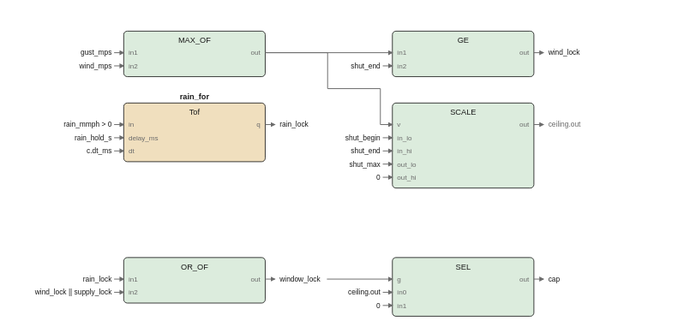
pstch/botanik2 keeps this draw.io diagram as images/logic/roof_lockout_fbd.drawio.svg. Above is the earlier version. Source tidied: cells renumbered, new cells last; positions are measured from the earlier drawing's top-left corner, leaving out a move shared by most shapes.
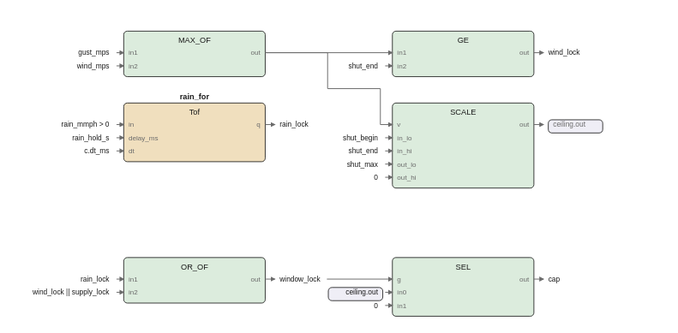
After the change.

Change to the diagram source:
```diff
@@ -110,200 +110,179 @@
     <mxCell id="37" value="out" style="text;html=1;whiteSpace=nowrap;fontSize=6;fontColor=#6b6b6b;align=right;verticalAlign=middle;" parent="1" vertex="1">
       <mxGeometry x="411" y="202.7" width="20" height="9.8" as="geometry" />
     </mxCell>
-    <mxCell id="38" style="edgeStyle=none;html=1;strokeColor=#6b6b6b;endArrow=block;" parent="1" edge="1">
+    <mxCell id="38" style="edgeStyle=none;html=1;strokeColor=#6b6b6b;endArrow=block;exitX=1;exitY=0.3673;exitDx=0;exitDy=0;" parent="1" edge="1" source="7">
       <mxGeometry relative="1" as="geometry">
-        <mxPoint x="211" y="78" as="sourcePoint" />
         <mxPoint x="219" y="78" as="targetPoint" />
       </mxGeometry>
     </mxCell>
     <mxCell id="39" value="rain_lock" style="text;html=1;whiteSpace=nowrap;fontSize=6;fontColor=#1a1a1a;align=left;verticalAlign=middle;" parent="1" vertex="1">
       <mxGeometry x="223" y="73.5" width="33.7" height="10" as="geometry" />
     </mxCell>
-    <mxCell id="40" style="edgeStyle=none;html=1;strokeColor=#6b6b6b;endArrow=block;" parent="1" edge="1">
+    <mxCell id="40" style="edgeStyle=none;html=1;strokeColor=#6b6b6b;endArrow=block;exitX=1;exitY=0.4737;exitDx=0;exitDy=0;" parent="1" edge="1" source="14">
       <mxGeometry relative="1" as="geometry">
-        <mxPoint x="435" y="18" as="sourcePoint" />
         <mxPoint x="443" y="18" as="targetPoint" />
       </mxGeometry>
     </mxCell>
     <mxCell id="41" value="wind_lock" style="text;html=1;whiteSpace=nowrap;fontSize=6;fontColor=#1a1a1a;align=left;verticalAlign=middle;" parent="1" vertex="1">
       <mxGeometry x="447" y="13.5" width="33.7" height="10" as="geometry" />
     </mxCell>
-    <mxCell id="42" style="edgeStyle=none;html=1;strokeColor=#6b6b6b;endArrow=block;" parent="1" edge="1">
+    <mxCell id="42" style="edgeStyle=none;html=1;strokeColor=#6b6b6b;endArrow=block;exitX=1;exitY=0.4737;exitDx=0;exitDy=0;" parent="1" edge="1" source="27">
       <mxGeometry relative="1" as="geometry">
-        <mxPoint x="211" y="207" as="sourcePoint" />
         <mxPoint x="219" y="207" as="targetPoint" />
       </mxGeometry>
     </mxCell>
     <mxCell id="43" value="window_lock" style="text;html=1;whiteSpace=nowrap;fontSize=6;fontColor=#1a1a1a;align=left;verticalAlign=middle;" parent="1" vertex="1">
       <mxGeometry x="223" y="202.5" width="40.3" height="10" as="geometry" />
     </mxCell>
-    <mxCell id="44" style="edgeStyle=none;html=1;strokeColor=#6b6b6b;endArrow=block;" parent="1" edge="1">
+    <mxCell id="44" style="edgeStyle=none;html=1;strokeColor=#6b6b6b;endArrow=block;exitX=1;exitY=0.3673;exitDx=0;exitDy=0;" parent="1" edge="1" source="32">
       <mxGeometry relative="1" as="geometry">
-        <mxPoint x="435" y="207" as="sourcePoint" />
         <mxPoint x="443" y="207" as="targetPoint" />
       </mxGeometry>
     </mxCell>
     <mxCell id="45" value="cap" style="text;html=1;whiteSpace=nowrap;fontSize=6;fontColor=#1a1a1a;align=left;verticalAlign=middle;" parent="1" vertex="1">
       <mxGeometry x="447" y="202.5" width="20" height="10" as="geometry" />
     </mxCell>
-    <mxCell id="46" style="edgeStyle=none;html=1;strokeColor=#6b6b6b;endArrow=block;" parent="1" edge="1">
+    <mxCell id="46" style="edgeStyle=none;html=1;strokeColor=#6b6b6b;endArrow=block;exitX=1;exitY=0.2535;exitDx=0;exitDy=0;" parent="1" edge="1" source="19">
       <mxGeometry relative="1" as="geometry">
-        <mxPoint x="435" y="78" as="sourcePoint" />
         <mxPoint x="443" y="78" as="targetPoint" />
       </mxGeometry>
     </mxCell>
-    <mxCell id="47" value="ceiling.out" style="text;html=1;whiteSpace=nowrap;fontSize=6;fontColor=#6b6b6b;align=left;verticalAlign=middle;" parent="1" vertex="1">
-      <mxGeometry x="447" y="73.5" width="40.3" height="10" as="geometry" />
+    <mxCell id="47" style="rounded=1;fillColor=#efeef6;strokeColor=#1a1a1a;whiteSpace=wrap;html=1;fontSize=8;" parent="1" vertex="1">
+      <mxGeometry x="447" y="74" width="45.4" height="11" as="geometry" />
     </mxCell>
-    <mxCell id="48" style="edgeStyle=none;html=1;strokeColor=#6b6b6b;endArrow=block;" parent="1" edge="1">
-      <mxGeometry relative="1" as="geometry">
-        <mxPoint x="211" y="18" as="sourcePoint" />
-        <mxPoint x="317" y="18" as="targetPoint" />
-      </mxGeometry>
-    </mxCell>
+    <mxCell id="75" value="ceiling.out" style="text;html=1;whiteSpace=nowrap;fontSize=6;fontColor=#6b6b6b;align=left;verticalAlign=middle;" parent="1" vertex="1">
+      <mxGeometry x="451" y="73.5" width="40.3" height="10" as="geometry" />
+    </mxCell>
-    <mxCell id="49" style="edgeStyle=none;html=1;strokeColor=#6b6b6b;endArrow=block;" parent="1" edge="1">
-      <mxGeometry relative="1" as="geometry">
-        <mxPoint x="211" y="18" as="sourcePoint" />
-        <mxPoint x="317" y="78" as="targetPoint" />
-        <Array as="points">
-          <mxPoint x="263" y="18" />
-          <mxPoint x="263" y="48" />
-          <mxPoint x="307" y="48" />
-          <mxPoint x="307" y="78" />
-        </Array>
-      </mxGeometry>
+    <mxCell id="49" style="edgeStyle=none;html=1;strokeColor=#6b6b6b;endArrow=block;exitX=1;exitY=0.4737;exitDx=0;exitDy=0;entryX=0;entryY=0.4737;entryDx=0;entryDy=0;" parent="1" edge="1" source="2" target="14">
+      <mxGeometry relative="1" as="geometry" />
     </mxCell>
-    <mxCell id="50" style="edgeStyle=none;html=1;strokeColor=#6b6b6b;endArrow=block;" parent="1" edge="1">
+    <mxCell id="50" style="edgeStyle=none;html=1;strokeColor=#6b6b6b;endArrow=block;exitX=1;exitY=0.4737;exitDx=0;exitDy=0;entryX=0;entryY=0.2535;entryDx=0;entryDy=0;" parent="1" edge="1" source="2" target="19">
       <mxGeometry relative="1" as="geometry">
-        <mxPoint x="262.4" y="207" as="sourcePoint" />
-        <mxPoint x="317" y="207" as="targetPoint" />
+        <Array as="points">
+          <mxPoint x="263" y="18" />
+          <mxPoint x="263" y="48" />
+          <mxPoint x="307" y="48" />
+          <mxPoint x="307" y="78" />
+        </Array>
       </mxGeometry>
     </mxCell>
+    <mxCell id="79" style="edgeStyle=none;html=1;strokeColor=#6b6b6b;endArrow=block;exitX=1;exitY=0.4737;exitDx=0;exitDy=0;entryX=0;entryY=0.3673;entryDx=0;entryDy=0;" parent="1" edge="1" source="27" target="32">
+      <mxGeometry relative="1" as="geometry" />
+    </mxCell>
     <mxCell id="51" value="gust_mps" style="text;html=1;whiteSpace=nowrap;fontSize=6;fontColor=#1a1a1a;align=right;verticalAlign=middle;" parent="1" vertex="1">
-      <mxGeometry x="52.6" y="13.5" width="30.4" height="10" as="geometry" />
+      <mxGeometry x="50.6" y="13.5" width="30.4" height="10" as="geometry" />
     </mxCell>
-    <mxCell id="52" style="edgeStyle=none;html=1;strokeColor=#6b6b6b;endArrow=block;" parent="1" edge="1">
-      <mxGeometry relative="1" as="geometry">
-        <mxPoint x="85" y="18" as="sourcePoint" />
-        <mxPoint x="93" y="18" as="targetPoint" />
-      </mxGeometry>
-    </mxCell>
+    <mxCell id="80" style="edgeStyle=none;html=1;strokeColor=#6b6b6b;endArrow=block;entryX=0;entryY=0.4737;entryDx=0;entryDy=0;" parent="1" edge="1" target="2">
+      <mxGeometry relative="1" as="geometry">
+        <mxPoint x="87" y="18" as="sourcePoint" />
+      </mxGeometry>
+    </mxCell>
     <mxCell id="53" value="wind_mps" style="text;html=1;whiteSpace=nowrap;fontSize=6;fontColor=#1a1a1a;align=right;verticalAlign=middle;" parent="1" vertex="1">
-      <mxGeometry x="52.6" y="24.5" width="30.4" height="10" as="geometry" />
+      <mxGeometry x="50.6" y="24.5" width="30.4" height="10" as="geometry" />
     </mxCell>
-    <mxCell id="54" style="edgeStyle=none;html=1;strokeColor=#6b6b6b;endArrow=block;" parent="1" edge="1">
-      <mxGeometry relative="1" as="geometry">
-        <mxPoint x="85" y="29" as="sourcePoint" />
-        <mxPoint x="93" y="29" as="targetPoint" />
-      </mxGeometry>
-    </mxCell>
+    <mxCell id="81" style="edgeStyle=none;html=1;strokeColor=#6b6b6b;endArrow=block;entryX=0;entryY=0.7632;entryDx=0;entryDy=0;" parent="1" edge="1" target="2">
+      <mxGeometry relative="1" as="geometry">
+        <mxPoint x="87" y="29" as="sourcePoint" />
+      </mxGeometry>
+    </mxCell>
     <mxCell id="55" value="rain_mmph &gt; 0" style="text;html=1;whiteSpace=nowrap;fontSize=6;fontColor=#1a1a1a;align=right;verticalAlign=middle;" parent="1" vertex="1">
-      <mxGeometry x="36.1" y="73.5" width="46.9" height="10" as="geometry" />
+      <mxGeometry x="34.1" y="73.5" width="46.9" height="10" as="geometry" />
     </mxCell>
-    <mxCell id="56" style="edgeStyle=none;html=1;strokeColor=#6b6b6b;endArrow=block;" parent="1" edge="1">
-      <mxGeometry relative="1" as="geometry">
-        <mxPoint x="85" y="78" as="sourcePoint" />
-        <mxPoint x="93" y="78" as="targetPoint" />
-      </mxGeometry>
-    </mxCell>
+    <mxCell id="82" style="edgeStyle=none;html=1;strokeColor=#6b6b6b;endArrow=block;entryX=0;entryY=0.3673;entryDx=0;entryDy=0;" parent="1" edge="1" target="7">
+      <mxGeometry relative="1" as="geometry">
+        <mxPoint x="87" y="78" as="sourcePoint" />
+      </mxGeometry>
+    </mxCell>
     <mxCell id="57" value="rain_hold_s" style="text;html=1;whiteSpace=nowrap;fontSize=6;fontColor=#1a1a1a;align=right;verticalAlign=middle;" parent="1" vertex="1">
-      <mxGeometry x="42.7" y="84.5" width="40.3" height="10" as="geometry" />
+      <mxGeometry x="40.7" y="84.5" width="40.3" height="10" as="geometry" />
     </mxCell>
-    <mxCell id="58" style="edgeStyle=none;html=1;strokeColor=#6b6b6b;endArrow=block;" parent="1" edge="1">
-      <mxGeometry relative="1" as="geometry">
-        <mxPoint x="85" y="89" as="sourcePoint" />
-        <mxPoint x="93" y="89" as="targetPoint" />
-      </mxGeometry>
-    </mxCell>
+    <mxCell id="83" style="edgeStyle=none;html=1;strokeColor=#6b6b6b;endArrow=block;entryX=0;entryY=0.5918;entryDx=0;entryDy=0;" parent="1" edge="1" target="7">
+      <mxGeometry relative="1" as="geometry">
+        <mxPoint x="87" y="89" as="sourcePoint" />
+      </mxGeometry>
+    </mxCell>
     <mxCell id="59" value="c.dt_ms" style="text;html=1;whiteSpace=nowrap;fontSize=6;fontColor=#1a1a1a;align=right;verticalAlign=middle;" parent="1" vertex="1">
-      <mxGeometry x="55.9" y="95.5" width="27.1" height="10" as="geometry" />
+      <mxGeometry x="53.9" y="95.5" width="27.1" height="10" as="geometry" />
     </mxCell>
-    <mxCell id="60" style="edgeStyle=none;html=1;strokeColor=#6b6b6b;endArrow=block;" parent="1" edge="1">
-      <mxGeometry relative="1" as="geometry">
-        <mxPoint x="85" y="100" as="sourcePoint" />
-        <mxPoint x="93" y="100" as="targetPoint" />
-      </mxGeometry>
-    </mxCell>
-    <mxCell id="61" value="shut_end" style="text;html=1;whiteSpace=nowrap;fontSize=6;fontColor=#1a1a1a;align=right;verticalAlign=middle;" parent="1" vertex="1">
-      <mxGeometry x="276.6" y="24.5" width="30.4" height="10" as="geometry" />
-    </mxCell>
-    <mxCell id="62" style="edgeStyle=none;html=1;strokeColor=#6b6b6b;endArrow=block;" parent="1" edge="1">
-      <mxGeometry relative="1" as="geometry">
-        <mxPoint x="309" y="29" as="sourcePoint" />
-        <mxPoint x="317" y="29" as="targetPoint" />
-      </mxGeometry>
-    </mxCell>
+    <mxCell id="84" style="edgeStyle=none;html=1;strokeColor=#6b6b6b;endArrow=block;entryX=0;entryY=0.8163;entryDx=0;entryDy=0;" parent="1" edge="1" target="7">
+      <mxGeometry relative="1" as="geometry">
+        <mxPoint x="87" y="100" as="sourcePoint" />
+      </mxGeometry>
+    </mxCell>
+    <mxCell id="85" value="shut_end" style="text;html=1;whiteSpace=nowrap;fontSize=6;fontColor=#1a1a1a;align=right;verticalAlign=middle;" parent="1" vertex="1">
+      <mxGeometry x="274.6" y="24.5" width="30.4" height="10" as="geometry" />
+    </mxCell>
+    <mxCell id="86" style="edgeStyle=none;html=1;strokeColor=#6b6b6b;endArrow=block;entryX=0;entryY=0.7632;entryDx=0;entryDy=0;" parent="1" edge="1" target="14">
+      <mxGeometry relative="1" as="geometry">
+        <mxPoint x="311" y="29" as="sourcePoint" />
+      </mxGeometry>
+    </mxCell>
     <mxCell id="63" value="rain_lock" style="text;html=1;whiteSpace=nowrap;fontSize=6;fontColor=#1a1a1a;align=right;verticalAlign=middle;" parent="1" vertex="1">
-      <mxGeometry x="49.3" y="202.5" width="33.7" height="10" as="geometry" />
+      <mxGeometry x="47.3" y="202.5" width="33.7" height="10" as="geometry" />
     </mxCell>
-    <mxCell id="64" style="edgeStyle=none;html=1;strokeColor=#6b6b6b;endArrow=block;" parent="1" edge="1">
-      <mxGeometry relative="1" as="geometry">
-        <mxPoint x="85" y="207" as="sourcePoint" />
-        <mxPoint x="93" y="207" as="targetPoint" />
-      </mxGeometry>
-    </mxCell>
+    <mxCell id="87" style="edgeStyle=none;html=1;strokeColor=#6b6b6b;endArrow=block;entryX=0;entryY=0.4737;entryDx=0;entryDy=0;" parent="1" edge="1" target="27">
+      <mxGeometry relative="1" as="geometry">
+        <mxPoint x="87" y="207" as="sourcePoint" />
+      </mxGeometry>
+    </mxCell>
     <mxCell id="65" value="wind_lock || supply_lock" style="text;html=1;whiteSpace=nowrap;fontSize=6;fontColor=#1a1a1a;align=right;verticalAlign=middle;" parent="1" vertex="1">
-      <mxGeometry x="-0.2" y="213.5" width="83.2" height="10" as="geometry" />
+      <mxGeometry x="-2.2" y="213.5" width="83.2" height="10" as="geometry" />
     </mxCell>
-    <mxCell id="66" style="edgeStyle=none;html=1;strokeColor=#6b6b6b;endArrow=block;" parent="1" edge="1">
-      <mxGeometry relative="1" as="geometry">
-        <mxPoint x="85" y="218" as="sourcePoint" />
-        <mxPoint x="93" y="218" as="targetPoint" />
-      </mxGeometry>
-    </mxCell>
+    <mxCell id="88" style="edgeStyle=none;html=1;strokeColor=#6b6b6b;endArrow=block;entryX=0;entryY=0.7632;entryDx=0;entryDy=0;" parent="1" edge="1" target="27">
+      <mxGeometry relative="1" as="geometry">
+        <mxPoint x="87" y="218" as="sourcePoint" />
+      </mxGeometry>
+    </mxCell>
     <mxCell id="67" value="shut_begin" style="text;html=1;whiteSpace=nowrap;fontSize=6;fontColor=#1a1a1a;align=right;verticalAlign=middle;" parent="1" vertex="1">
-      <mxGeometry x="270" y="84.5" width="37" height="10" as="geometry" />
+      <mxGeometry x="268" y="84.5" width="37" height="10" as="geometry" />
     </mxCell>
-    <mxCell id="68" style="edgeStyle=none;html=1;strokeColor=#6b6b6b;endArrow=block;" parent="1" edge="1">
-      <mxGeometry relative="1" as="geometry">
-        <mxPoint x="309" y="89" as="sourcePoint" />
-        <mxPoint x="317" y="89" as="targetPoint" />
-      </mxGeometry>
-    </mxCell>
-    <mxCell id="69" value="shut_end" style="text;html=1;whiteSpace=nowrap;fontSize=6;fontColor=#1a1a1a;align=right;verticalAlign=middle;" parent="1" vertex="1">
-      <mxGeometry x="276.6" y="95.5" width="30.4" height="10" as="geometry" />
-    </mxCell>
-    <mxCell id="70" style="edgeStyle=none;html=1;strokeColor=#6b6b6b;endArrow=block;" parent="1" edge="1">
-      <mxGeometry relative="1" as="geometry">
-        <mxPoint x="309" y="100" as="sourcePoint" />
-        <mxPoint x="317" y="100" as="targetPoint" />
-      </mxGeometry>
-    </mxCell>
+    <mxCell id="89" style="edgeStyle=none;html=1;strokeColor=#6b6b6b;endArrow=block;entryX=0;entryY=0.4085;entryDx=0;entryDy=0;" parent="1" edge="1" target="19">
+      <mxGeometry relative="1" as="geometry">
+        <mxPoint x="311" y="89" as="sourcePoint" />
+      </mxGeometry>
+    </mxCell>
+    <mxCell id="90" value="shut_end" style="text;html=1;whiteSpace=nowrap;fontSize=6;fontColor=#1a1a1a;align=right;verticalAlign=middle;" parent="1" vertex="1">
+      <mxGeometry x="274.6" y="95.5" width="30.4" height="10" as="geometry" />
+    </mxCell>
+    <mxCell id="91" style="edgeStyle=none;html=1;strokeColor=#6b6b6b;endArrow=block;entryX=0;entryY=0.5634;entryDx=0;entryDy=0;" parent="1" edge="1" target="19">
+      <mxGeometry relative="1" as="geometry">
+        <mxPoint x="311" y="100" as="sourcePoint" />
+      </mxGeometry>
+    </mxCell>
     <mxCell id="71" value="shut_max" style="text;html=1;whiteSpace=nowrap;fontSize=6;fontColor=#1a1a1a;align=right;verticalAlign=middle;" parent="1" vertex="1">
-      <mxGeometry x="276.6" y="106.5" width="30.4" height="10" as="geometry" />
+      <mxGeometry x="274.6" y="106.5" width="30.4" height="10" as="geometry" />
     </mxCell>
-    <mxCell id="72" style="edgeStyle=none;html=1;strokeColor=#6b6b6b;endArrow=block;" parent="1" edge="1">
-      <mxGeometry relative="1" as="geometry">
-        <mxPoint x="309" y="111" as="sourcePoint" />
-        <mxPoint x="317" y="111" as="targetPoint" />
-      </mxGeometry>
-    </mxCell>
-    <mxCell id="73" value="0" style="text;html=1;whiteSpace=nowrap;fontSize=6;fontColor=#1a1a1a;align=right;verticalAlign=middle;" parent="1" vertex="1">
-      <mxGeometry x="287" y="117.5" width="20" height="10" as="geometry" />
-    </mxCell>
-    <mxCell id="74" style="edgeStyle=none;html=1;strokeColor=#6b6b6b;endArrow=block;" parent="1" edge="1">
-      <mxGeometry relative="1" as="geometry">
-        <mxPoint x="309" y="122" as="sourcePoint" />
-        <mxPoint x="317" y="122" as="targetPoint" />
-      </mxGeometry>
-    </mxCell>
-    <mxCell id="75" value="ceiling.out" style="text;html=1;whiteSpace=nowrap;fontSize=6;fontColor=#1a1a1a;align=right;verticalAlign=middle;" parent="1" vertex="1">
-      <mxGeometry x="266.7" y="213.5" width="40.3" height="10" as="geometry" />
-    </mxCell>
-    <mxCell id="76" style="edgeStyle=none;html=1;strokeColor=#6b6b6b;endArrow=block;" parent="1" edge="1">
-      <mxGeometry relative="1" as="geometry">
-        <mxPoint x="309" y="218" as="sourcePoint" />
-        <mxPoint x="317" y="218" as="targetPoint" />
-      </mxGeometry>
-    </mxCell>
+    <mxCell id="92" style="edgeStyle=none;html=1;strokeColor=#6b6b6b;endArrow=block;entryX=0;entryY=0.7183;entryDx=0;entryDy=0;" parent="1" edge="1" target="19">
+      <mxGeometry relative="1" as="geometry">
+        <mxPoint x="311" y="111" as="sourcePoint" />
+      </mxGeometry>
+    </mxCell>
+    <mxCell id="93" value="0" style="text;html=1;whiteSpace=nowrap;fontSize=6;fontColor=#1a1a1a;align=right;verticalAlign=middle;" parent="1" vertex="1">
+      <mxGeometry x="285" y="117.5" width="20" height="10" as="geometry" />
+    </mxCell>
+    <mxCell id="94" style="edgeStyle=none;html=1;strokeColor=#6b6b6b;endArrow=block;entryX=0;entryY=0.8732;entryDx=0;entryDy=0;" parent="1" edge="1" target="19">
+      <mxGeometry relative="1" as="geometry">
+        <mxPoint x="311" y="122" as="sourcePoint" />
+      </mxGeometry>
+    </mxCell>
+    <mxCell id="95" style="rounded=1;fillColor=#efeef6;strokeColor=#1a1a1a;whiteSpace=wrap;html=1;fontSize=8;" parent="1" vertex="1">
+      <mxGeometry x="263.6" y="214" width="45.4" height="11" as="geometry" />
+    </mxCell>
-    <mxCell id="77" value="0" style="text;html=1;whiteSpace=nowrap;fontSize=6;fontColor=#1a1a1a;align=right;verticalAlign=middle;" parent="1" vertex="1">
-      <mxGeometry x="287" y="224.5" width="20" height="10" as="geometry" />
+    <mxCell id="77" value="ceiling.out" style="text;html=1;whiteSpace=nowrap;fontSize=6;fontColor=#1a1a1a;align=right;verticalAlign=middle;" parent="1" vertex="1">
+      <mxGeometry x="264.7" y="213.5" width="40.3" height="10" as="geometry" />
     </mxCell>
-    <mxCell id="78" style="edgeStyle=none;html=1;strokeColor=#6b6b6b;endArrow=block;" parent="1" edge="1">
+    <mxCell id="78" style="edgeStyle=none;html=1;strokeColor=#6b6b6b;endArrow=block;entryX=0;entryY=0.5918;entryDx=0;entryDy=0;" parent="1" edge="1" target="32">
       <mxGeometry relative="1" as="geometry">
-        <mxPoint x="309" y="229" as="sourcePoint" />
-        <mxPoint x="317" y="229" as="targetPoint" />
+        <mxPoint x="311" y="218" as="sourcePoint" />
       </mxGeometry>
     </mxCell>
+    <mxCell id="96" value="0" style="text;html=1;whiteSpace=nowrap;fontSize=6;fontColor=#1a1a1a;align=right;verticalAlign=middle;" parent="1" vertex="1">
+      <mxGeometry x="285" y="224.5" width="20" height="10" as="geometry" />
+    </mxCell>
+    <mxCell id="97" style="edgeStyle=none;html=1;strokeColor=#6b6b6b;endArrow=block;entryX=0;entryY=0.8163;entryDx=0;entryDy=0;" parent="1" edge="1" target="32">
+      <mxGeometry relative="1" as="geometry">
+        <mxPoint x="311" y="229" as="sourcePoint" />
+      </mxGeometry>
+    </mxCell>
   </root>
 </mxGraphModel>
```
